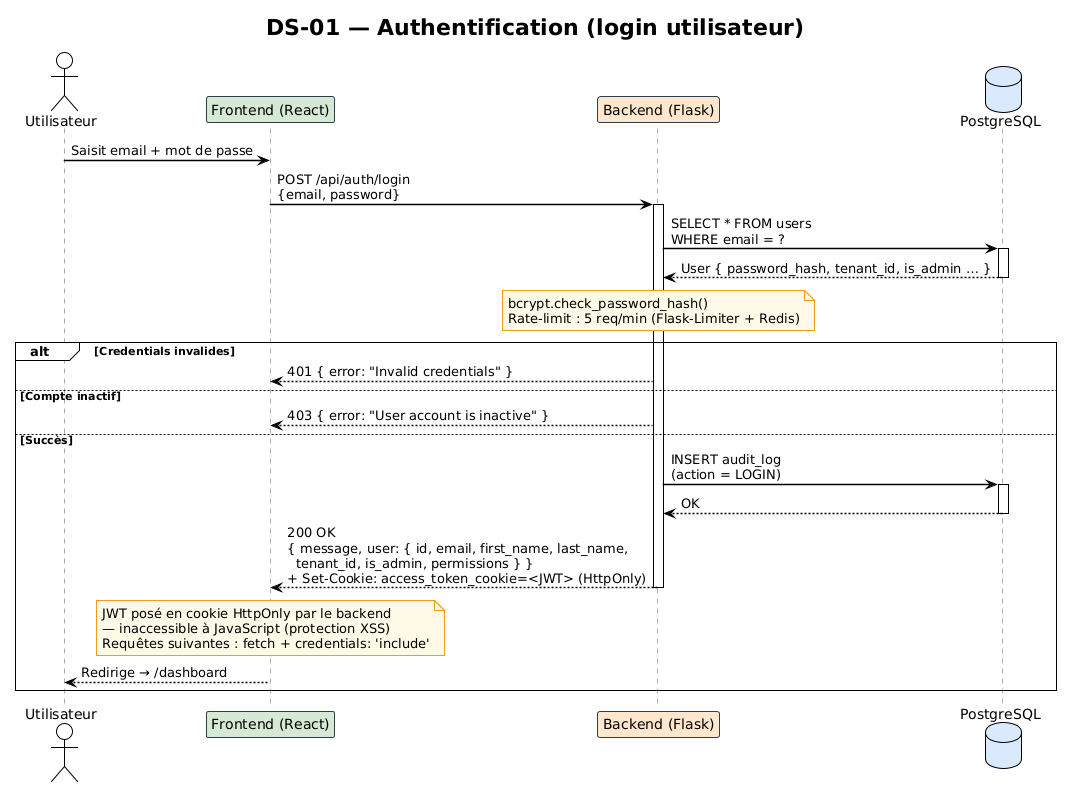
The PlantUML diagram docs/uml/seq-login.png in xDiogow/PhishNet, before a commit.
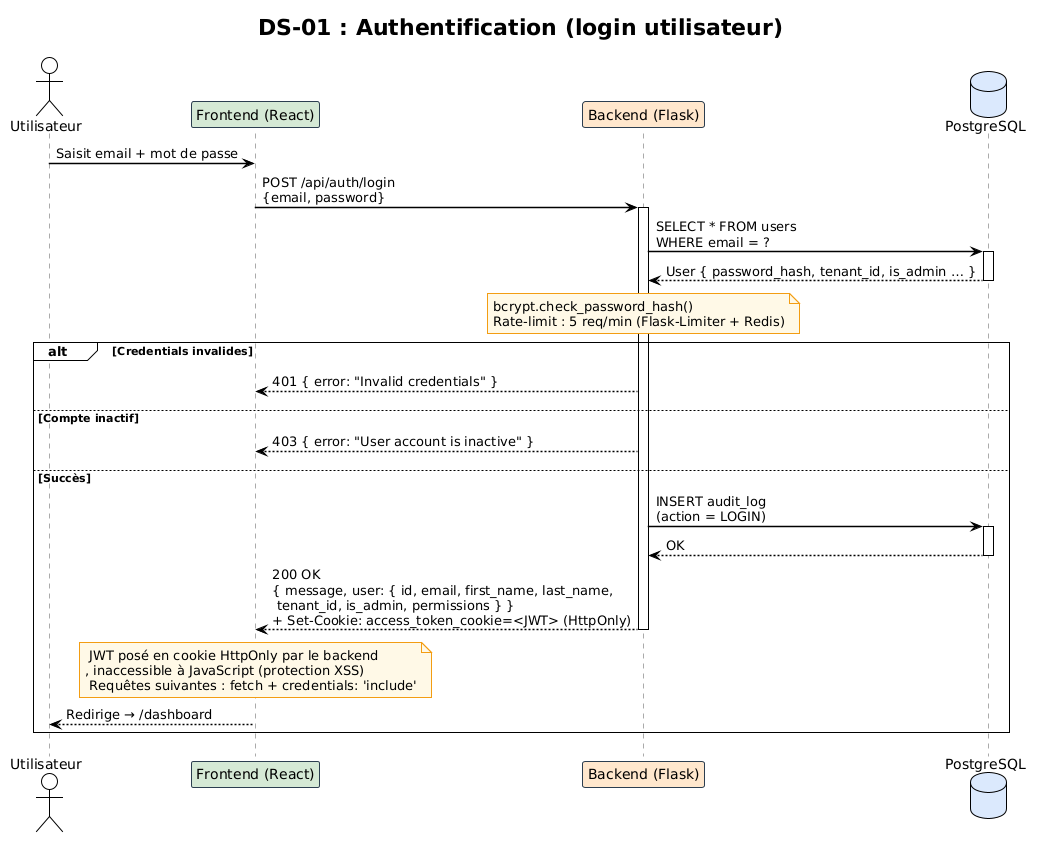
The same diagram one commit later.

Diff of the diagram source:
```diff
@@ -8,12 +8,12 @@
 skinparam noteBorderColor #f39c12
 skinparam noteBackgroundColor #FEF9E7
 
-title DS-01 — Authentification (login utilisateur)
+title DS-01 : Authentification (login utilisateur)
 
-actor       "Utilisateur"       as U
-participant "Frontend (React)"  as FE #d5e8d4
-participant "Backend (Flask)"   as BE #ffe6cc
-database    "PostgreSQL"        as DB #dae8fc
+actor "Utilisateur" as U
+participant "Frontend (React)" as FE #d5e8d4
+participant "Backend (Flask)" as BE #ffe6cc
+database "PostgreSQL" as DB #dae8fc
 
 U -> FE : Saisit email + mot de passe
 FE -> BE : POST /api/auth/login\n{email, password}
@@ -25,29 +25,29 @@
 deactivate DB
 
 note over BE
-  bcrypt.check_password_hash()
-  Rate-limit : 5 req/min (Flask-Limiter + Redis)
+ bcrypt.check_password_hash()
+ Rate-limit : 5 req/min (Flask-Limiter + Redis)
 end note
 
 alt Credentials invalides
-  BE --> FE : 401 { error: "Invalid credentials" }
+ BE --> FE : 401 { error: "Invalid credentials" }
 else Compte inactif
-  BE --> FE : 403 { error: "User account is inactive" }
+ BE --> FE : 403 { error: "User account is inactive" }
 else Succès
-  BE -> DB : INSERT audit_log\n(action = LOGIN)
-  activate DB
-  DB --> BE : OK
-  deactivate DB
+ BE -> DB : INSERT audit_log\n(action = LOGIN)
+ activate DB
+ DB --> BE : OK
+ deactivate DB
 
-  BE --> FE : 200 OK\n{ message, user: { id, email, first_name, last_name,\n  tenant_id, is_admin, permissions } }\n+ Set-Cookie: access_token_cookie=<JWT> (HttpOnly)
-  deactivate BE
+ BE --> FE : 200 OK\n{ message, user: { id, email, first_name, last_name,\n tenant_id, is_admin, permissions } }\n+ Set-Cookie: access_token_cookie=<JWT> (HttpOnly)
+ deactivate BE
 
-  note over FE
-    JWT posé en cookie HttpOnly par le backend
-    — inaccessible à JavaScript (protection XSS)
-    Requêtes suivantes : fetch + credentials: 'include'
-  end note
+ note over FE
+ JWT posé en cookie HttpOnly par le backend
+, inaccessible à JavaScript (protection XSS)
+ Requêtes suivantes : fetch + credentials: 'include'
+ end note
 
-  FE --> U : Redirige → /dashboard
+ FE --> U : Redirige → /dashboard
 end
 @enduml
```
